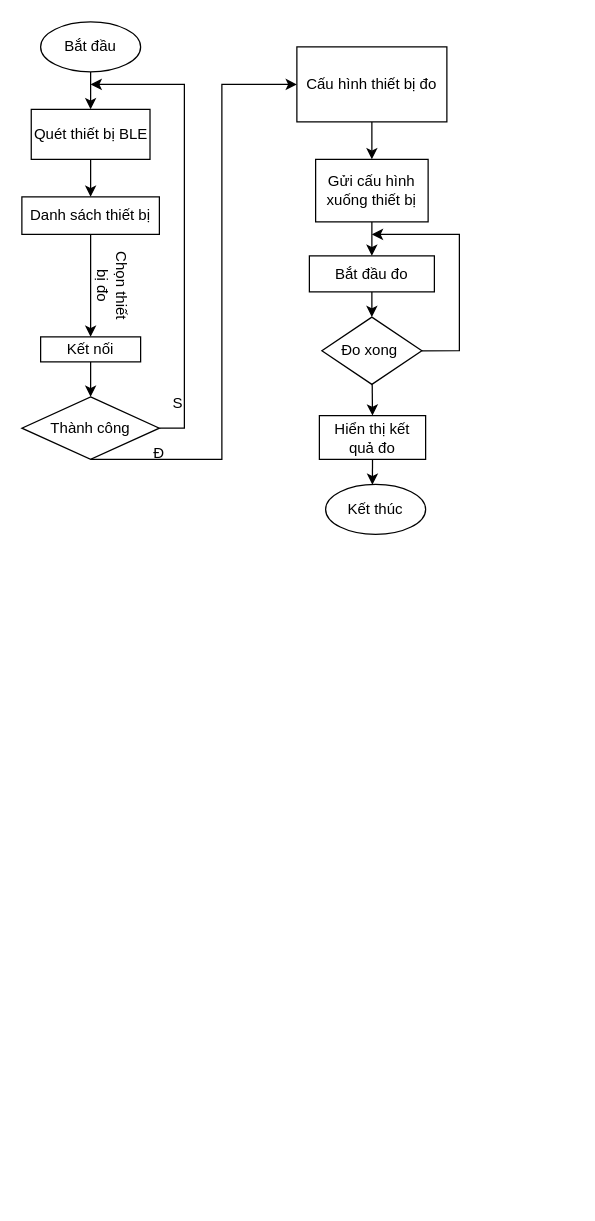
This is Lưu đồ thuật toán của phần mềm Android.drawio from truongbui692002/DATN_20232, a draw.io file, before an edit. Source tidied: cells renumbered, new cells numbered last; positions are measured from the earlier drawing's top-left corner, leaving out a move shared by most shapes. Both pictures are drawn from the tidied source at 125%, with x=0, y=0 at pixel (21, 21).
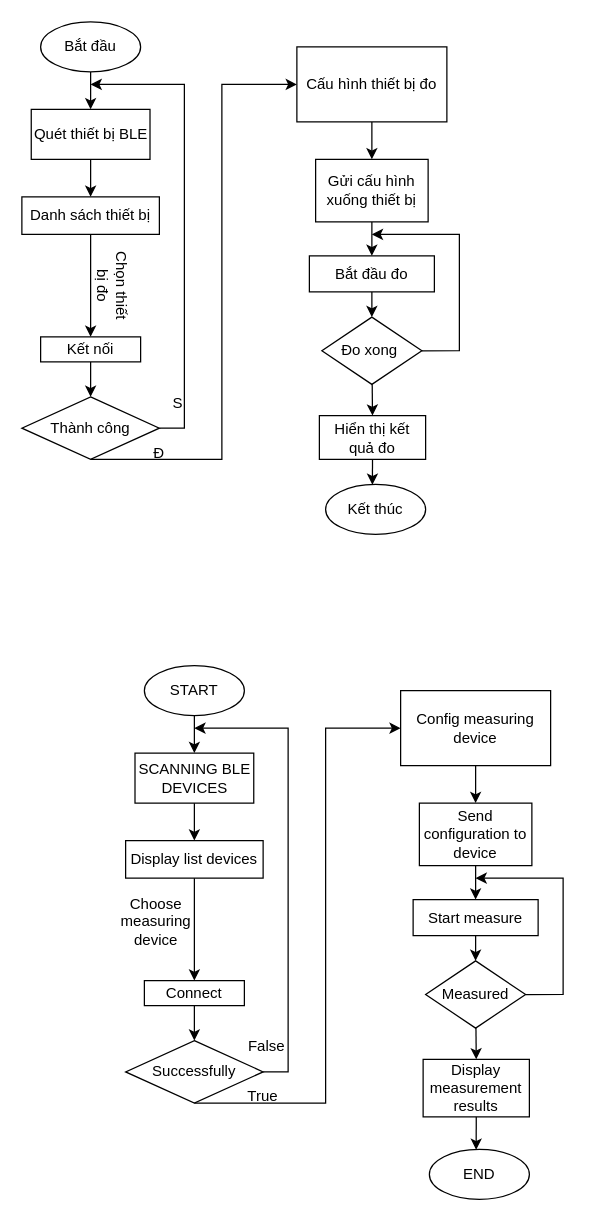
After the change.

Commit message:
Cập nhật Lưu đồ thuật toán của phần mềm Android.drawio

What changed in the source:
```diff
@@
+    <mxCell id="28" value="SCANNING BLE DEVICES" style="rounded=0;whiteSpace=wrap;html=1;" parent="1" vertex="1">
+      <mxGeometry x="90.5" y="585" width="95" height="40" as="geometry" />
+    </mxCell>
+    <mxCell id="29" value="START" style="ellipse;whiteSpace=wrap;html=1;" parent="1" vertex="1">
+      <mxGeometry x="98" y="515" width="80" height="40" as="geometry" />
+    </mxCell>
+    <mxCell id="30" value="Display list devices" style="rounded=0;whiteSpace=wrap;html=1;" parent="1" vertex="1">
+      <mxGeometry x="83" y="655" width="110" height="30" as="geometry" />
+    </mxCell>
+    <mxCell id="31" value="Connect" style="rounded=0;whiteSpace=wrap;html=1;" parent="1" vertex="1">
+      <mxGeometry x="98" y="767" width="80" height="20" as="geometry" />
+    </mxCell>
+    <mxCell id="32" style="endArrow=classic;html=1;rounded=0;exitX=0.5;exitY=1;exitDx=0;exitDy=0;" parent="1" edge="1" source="29" target="28">
+      <mxGeometry relative="1" as="geometry" />
+    </mxCell>
+    <mxCell id="33" style="endArrow=classic;html=1;rounded=0;exitX=0.5;exitY=1;exitDx=0;exitDy=0;entryX=0.5;entryY=0;entryDx=0;entryDy=0;" parent="1" edge="1" source="28" target="30">
+      <mxGeometry relative="1" as="geometry" />
+    </mxCell>
+    <mxCell id="34" style="endArrow=classic;html=1;rounded=0;exitX=0.5;exitY=1;exitDx=0;exitDy=0;entryX=0.5;entryY=0;entryDx=0;entryDy=0;" parent="1" edge="1" source="30" target="31">
+      <mxGeometry relative="1" as="geometry" />
+    </mxCell>
+    <mxCell id="35" value="Choose measuring device" style="text;html=1;align=center;verticalAlign=middle;whiteSpace=wrap;rounded=0;rotation=0;" parent="1" vertex="1">
+      <mxGeometry x="77" y="708.2" width="60.8" height="22.8" as="geometry" />
+    </mxCell>
+    <mxCell id="36" style="endArrow=classic;html=1;rounded=0;exitX=1;exitY=0.5;exitDx=0;exitDy=0;" parent="1" edge="1" source="37">
+      <mxGeometry relative="1" as="geometry">
+        <mxPoint x="138" y="565" as="targetPoint" />
+        <Array as="points">
+          <mxPoint x="213" y="840" />
+          <mxPoint x="213" y="565" />
+        </Array>
+      </mxGeometry>
+    </mxCell>
+    <mxCell id="37" value="Successfully" style="rhombus;whiteSpace=wrap;html=1;" parent="1" vertex="1">
+      <mxGeometry x="83" y="815" width="110" height="50" as="geometry" />
+    </mxCell>
+    <mxCell id="38" style="endArrow=classic;html=1;rounded=0;exitX=0.5;exitY=1;exitDx=0;exitDy=0;entryX=0.5;entryY=0;entryDx=0;entryDy=0;" parent="1" edge="1" source="31" target="37">
+      <mxGeometry relative="1" as="geometry" />
+    </mxCell>
+    <mxCell id="39" value="False" style="text;html=1;align=center;verticalAlign=middle;whiteSpace=wrap;rounded=0;" parent="1" vertex="1">
+      <mxGeometry x="166" y="805" width="60" height="30" as="geometry" />
+    </mxCell>
+    <mxCell id="40" value="Config measuring device" style="rounded=0;whiteSpace=wrap;html=1;" parent="1" vertex="1">
+      <mxGeometry x="303" y="535" width="120" height="60" as="geometry" />
+    </mxCell>
+    <mxCell id="41" style="endArrow=classic;html=1;rounded=0;exitX=0.5;exitY=1;exitDx=0;exitDy=0;entryX=0;entryY=0.5;entryDx=0;entryDy=0;" parent="1" edge="1" source="37" target="40">
+      <mxGeometry relative="1" as="geometry">
+        <Array as="points">
+          <mxPoint x="243" y="865" />
+          <mxPoint x="243" y="565" />
+        </Array>
+      </mxGeometry>
+    </mxCell>
+    <mxCell id="42" value="True" style="text;html=1;align=center;verticalAlign=middle;whiteSpace=wrap;rounded=0;" parent="1" vertex="1">
+      <mxGeometry x="163" y="845" width="60" height="30" as="geometry" />
+    </mxCell>
+    <mxCell id="43" value="Send configuration to device" style="rounded=0;whiteSpace=wrap;html=1;" parent="1" vertex="1">
+      <mxGeometry x="318" y="625" width="90" height="50" as="geometry" />
+    </mxCell>
+    <mxCell id="44" style="endArrow=classic;html=1;rounded=0;exitX=0.5;exitY=1;exitDx=0;exitDy=0;entryX=0.5;entryY=0;entryDx=0;entryDy=0;" parent="1" edge="1" source="40" target="43">
+      <mxGeometry relative="1" as="geometry" />
+    </mxCell>
+    <mxCell id="45" value="Start measure" style="rounded=0;whiteSpace=wrap;html=1;" parent="1" vertex="1">
+      <mxGeometry x="313" y="702.2" width="100" height="28.8" as="geometry" />
+    </mxCell>
+    <mxCell id="46" style="endArrow=classic;html=1;rounded=0;exitX=0.5;exitY=1;exitDx=0;exitDy=0;" parent="1" edge="1" source="43" target="45">
+      <mxGeometry relative="1" as="geometry" />
+    </mxCell>
+    <mxCell id="47" value="Measured" style="rhombus;whiteSpace=wrap;html=1;" parent="1" vertex="1">
+      <mxGeometry x="323" y="751.2" width="80" height="53.8" as="geometry" />
+    </mxCell>
+    <mxCell id="48" style="endArrow=classic;html=1;rounded=0;exitX=0.5;exitY=1;exitDx=0;exitDy=0;" parent="1" edge="1" source="45" target="47">
+      <mxGeometry relative="1" as="geometry" />
+    </mxCell>
+    <mxCell id="49" style="endArrow=classic;html=1;rounded=0;exitX=1;exitY=0.5;exitDx=0;exitDy=0;" parent="1" edge="1" source="47">
+      <mxGeometry relative="1" as="geometry">
+        <mxPoint x="363" y="685" as="targetPoint" />
+        <Array as="points">
+          <mxPoint x="433" y="778" />
+          <mxPoint x="433" y="685" />
+        </Array>
+      </mxGeometry>
+    </mxCell>
+    <mxCell id="50" value="Display measurement results" style="rounded=0;whiteSpace=wrap;html=1;" parent="1" vertex="1">
+      <mxGeometry x="321" y="830" width="85" height="46" as="geometry" />
+    </mxCell>
+    <mxCell id="51" style="endArrow=classic;html=1;rounded=0;entryX=0.5;entryY=0;entryDx=0;entryDy=0;" parent="1" edge="1" source="47" target="50">
+      <mxGeometry relative="1" as="geometry" />
+    </mxCell>
+    <mxCell id="52" value="END" style="ellipse;whiteSpace=wrap;html=1;" parent="1" vertex="1">
+      <mxGeometry x="326" y="902" width="80" height="40" as="geometry" />
+    </mxCell>
+    <mxCell id="53" style="endArrow=classic;html=1;rounded=0;exitX=0.5;exitY=1;exitDx=0;exitDy=0;entryX=0.468;entryY=0.009;entryDx=0;entryDy=0;entryPerimeter=0;" parent="1" edge="1" source="50" target="52">
+      <mxGeometry relative="1" as="geometry" />
+    </mxCell>
```
